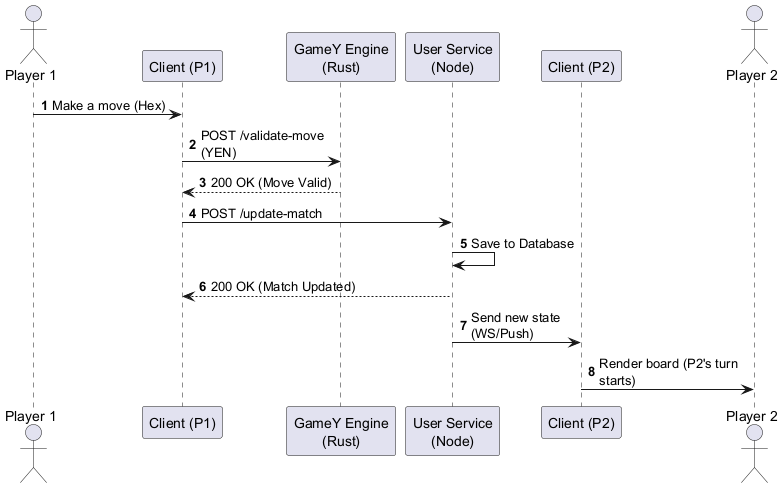
Before: images/human-vs-human.png, a diagram exported from PlantUML (Arquisoft/yovi_en1a).
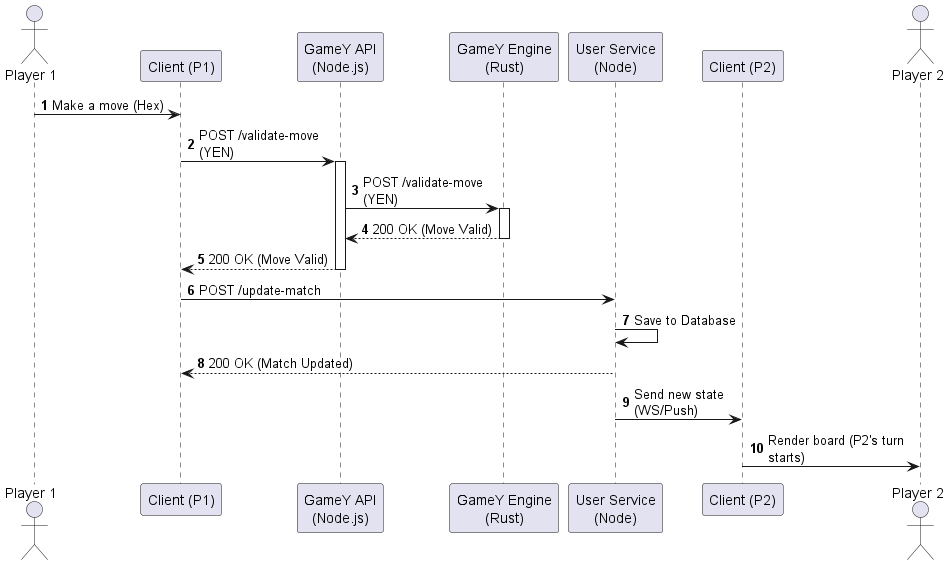
The same file after the commit.

What changed in the source:
```diff
@@ -4,6 +4,7 @@
 
 actor "Player 1" as P1
 participant "Client (P1)" as UI1
+participant "GameY API\n(Node.js)" as API
 participant "GameY Engine\n(Rust)" as Rust
 participant "User Service\n(Node)" as Node
 participant "Client (P2)" as UI2
@@ -11,8 +12,14 @@
 
 
 P1 -> UI1 : Make a move (Hex)
-UI1 -> Rust : POST /validate-move (YEN)
-Rust --> UI1 : 200 OK (Move Valid)
+UI1 -> API : POST /validate-move (YEN)
+activate API
+API -> Rust : POST /validate-move (YEN)
+activate Rust
+Rust --> API : 200 OK (Move Valid)
+deactivate Rust
+API --> UI1 : 200 OK (Move Valid)
+deactivate API
 
 
 UI1 -> Node : POST /update-match
```
